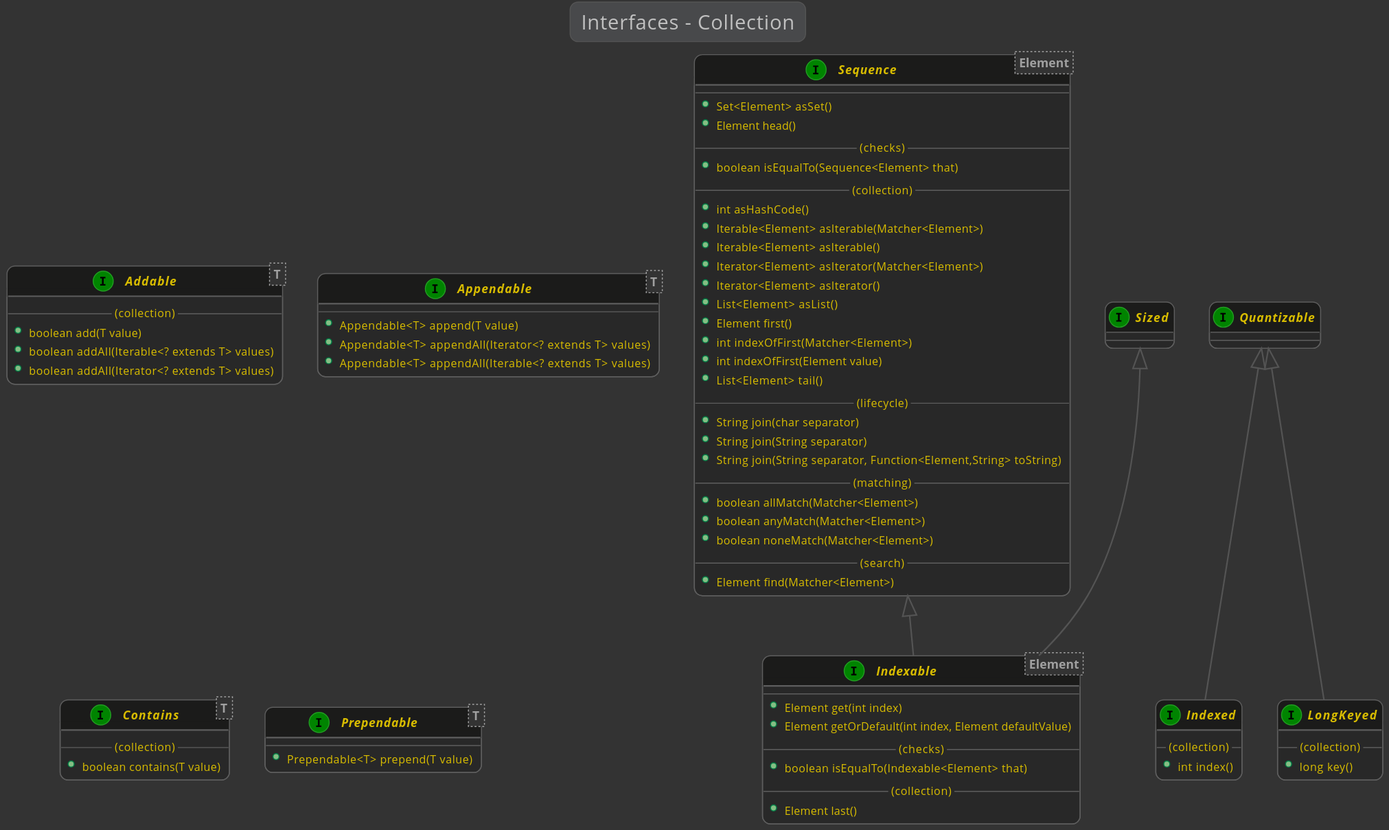
Before: kivakit-core/kernel/documentation/diagrams/diagram-interface-collection.svg, a diagram exported from PlantUML (Telenav/kivakit). Source of this version:
```plantuml
@startuml

    !include ../lexakai.theme

    title "Interfaces - Collection"

    interface Addable<T>
    {
        --(collection)--
        +boolean add(T value)
        +boolean addAll(Iterable<? extends T> values)
        +boolean addAll(Iterator<? extends T> values)
    }

    interface Appendable<T>
    {
        --
        +Appendable<T> append(T value)
        +Appendable<T> appendAll(Iterator<? extends T> values)
        +Appendable<T> appendAll(Iterable<? extends T> values)
    }

    interface Contains<T>
    {
        --(collection)--
        +boolean contains(T value)
    }

    interface Sequence
    interface Sized
    Sized <|-- Indexable
    Sequence <|-- Indexable
    interface Indexable<Element>
    {
        --
        +Element get(int index)
        +Element getOrDefault(int index, Element defaultValue)
        --(checks)--
        +boolean isEqualTo(Indexable<Element> that)
        --(collection)--
        +Element last()
    }

    interface Quantizable
    Quantizable <|-- Indexed
    interface Indexed
    {
        --(collection)--
        +int index()
    }

    interface Quantizable
    Quantizable <|-- LongKeyed
    interface LongKeyed
    {
        --(collection)--
        +long key()
    }

    interface Prependable<T>
    {
        --
        +Prependable<T> prepend(T value)
    }

    interface Sequence<Element>
    {
        --
        +Set<Element> asSet()
        +Element head()
        --(checks)--
        +boolean isEqualTo(Sequence<Element> that)
        --(collection)--
        +int asHashCode()
        +Iterable<Element> asIterable(Matcher<Element>)
        +Iterable<Element> asIterable()
        +Iterator<Element> asIterator(Matcher<Element>)
        +Iterator<Element> asIterator()
        +List<Element> asList()
        +Element first()
        +int indexOfFirst(Matcher<Element>)
        +int indexOfFirst(Element value)
        +List<Element> tail()
        --(lifecycle)--
        +String join(char separator)
        +String join(String separator)
        +String join(String separator, Function<Element,String> toString)
        --(matching)--
        +boolean allMatch(Matcher<Element>)
        +boolean anyMatch(Matcher<Element>)
        +boolean noneMatch(Matcher<Element>)
        --(search)--
        +Element find(Matcher<Element>)
    }

@enduml
```
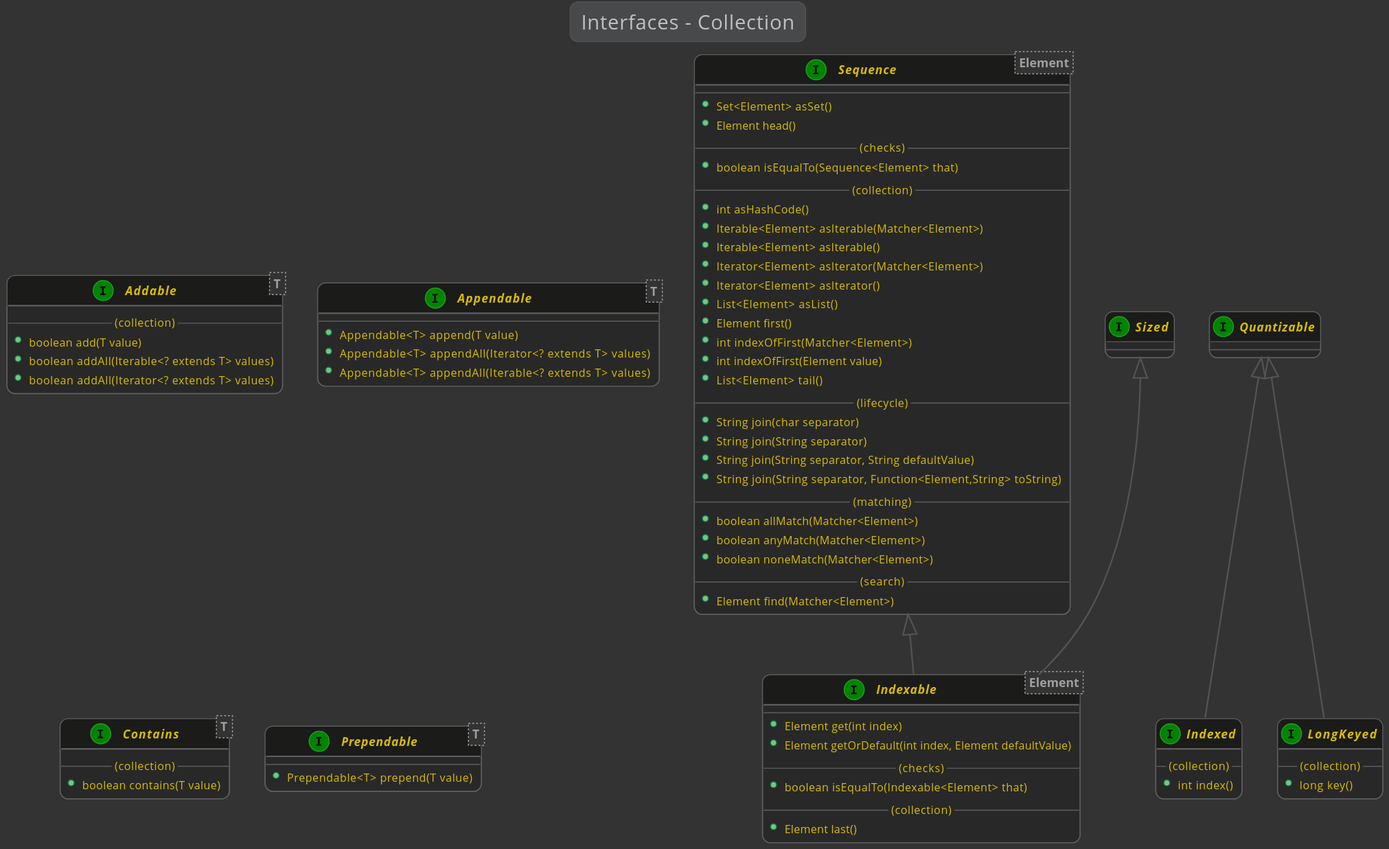
The same file after the commit.

The edit, as a diff of the source:
```diff
@@ -1,6 +1,6 @@
 @startuml
 
-    !include ../lexakai.theme
+    !include ../lexakai/lexakai.theme
 
     title "Interfaces - Collection"
 
@@ -84,6 +84,7 @@
         --(lifecycle)--
         +String join(char separator)
         +String join(String separator)
+        +String join(String separator, String defaultValue)
         +String join(String separator, Function<Element,String> toString)
         --(matching)--
         +boolean allMatch(Matcher<Element>)
```
